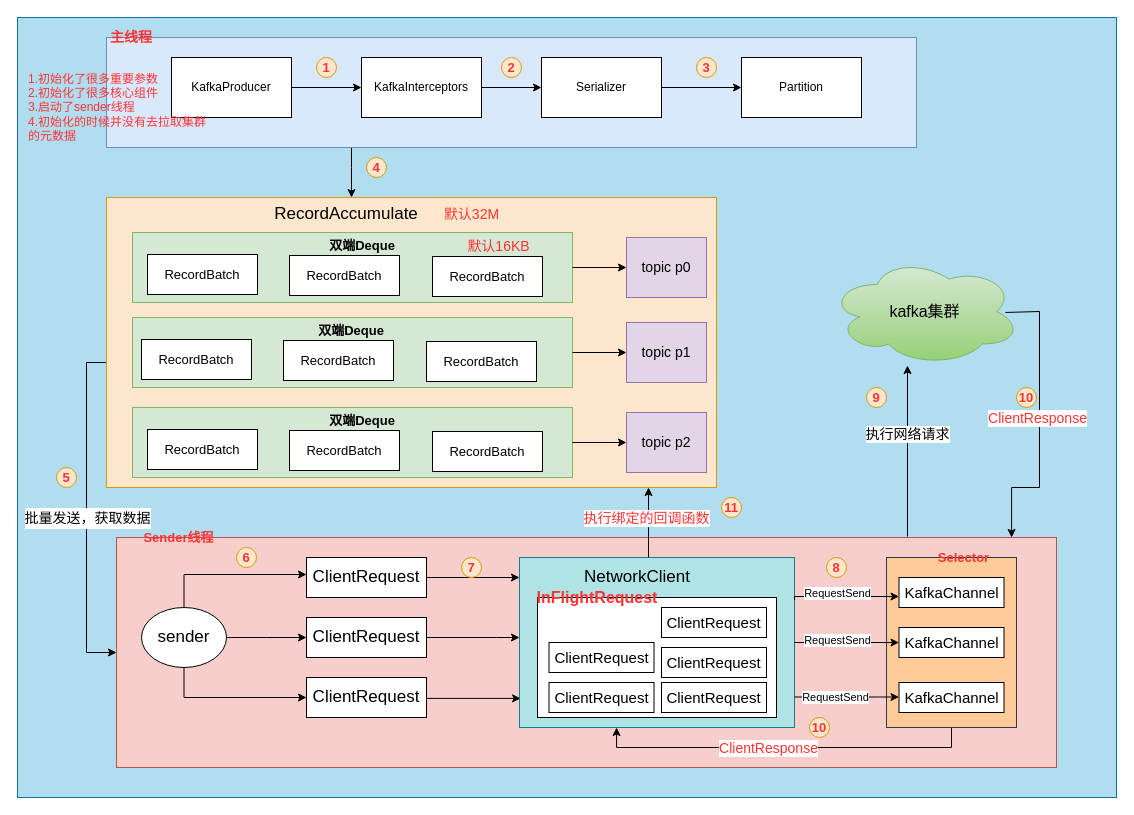
Above: kafka生产者核心流程.drawio in zaz5630/CRM (draw.io), before the change. Source tidied: cells renumbered, new cells numbered last; positions are measured from the earlier drawing's top-left corner, leaving out a move shared by most shapes. Both pictures are drawn from the tidied source at 100%, with x=0, y=0 at pixel (17, 17).
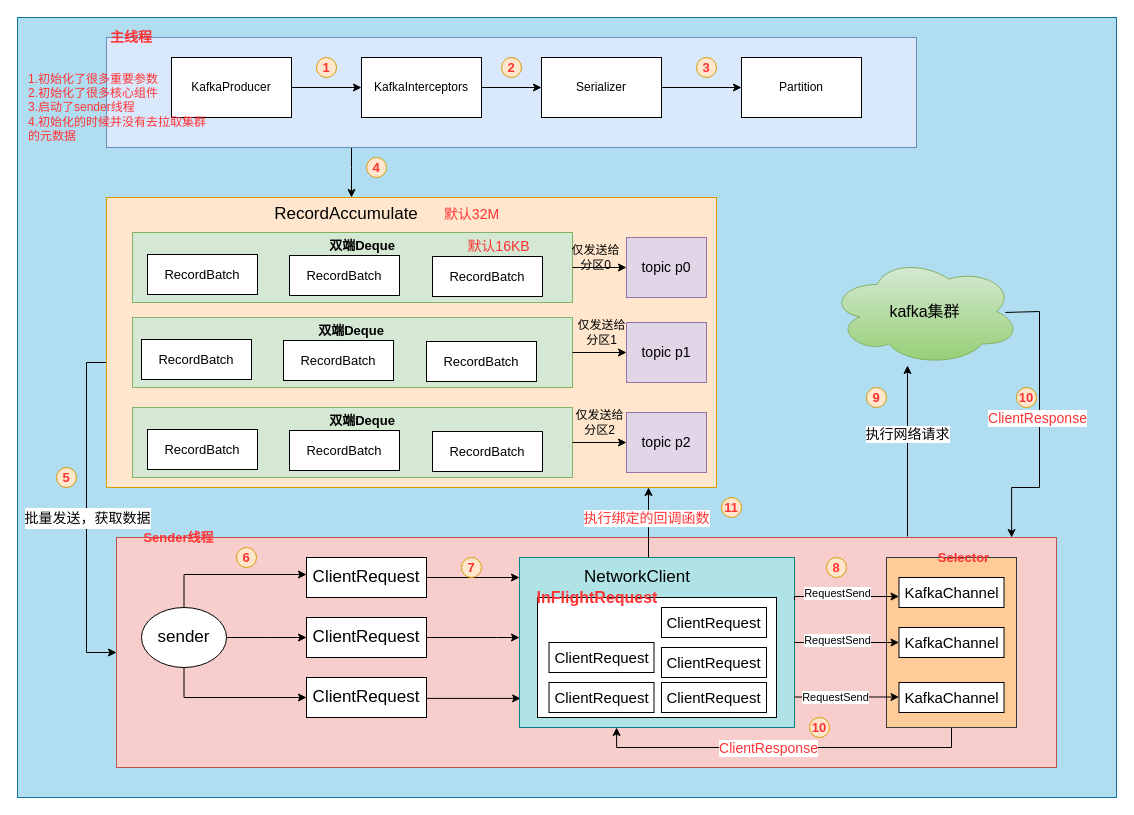
The same diagram, later.

Commit message:
更新kafka生产者核心流程.drawio

The edit, as a diff of the source:
```diff
@@
     <mxCell id="18" style="group;" parent="1" vertex="1">
-      <mxGeometry x="115" y="215" width="449" height="70" as="geometry" />
+      <mxGeometry x="115" y="215" width="500" height="70" as="geometry" />
     </mxCell>
@@
+    <mxCell id="97" value="仅发送给分区0" style="text;html=1;strokeColor=none;fillColor=none;align=center;verticalAlign=middle;whiteSpace=wrap;rounded=0;" parent="18" vertex="1">
+      <mxGeometry x="436" y="15" width="55" height="20" as="geometry" />
+    </mxCell>
@@
+    <mxCell id="98" value="仅发送给分区1" style="text;html=1;strokeColor=none;fillColor=none;align=center;verticalAlign=middle;whiteSpace=wrap;rounded=0;" parent="1" vertex="1">
+      <mxGeometry x="556.5" y="305" width="55" height="20" as="geometry" />
+    </mxCell>
+    <mxCell id="99" value="仅发送给分区2" style="text;html=1;strokeColor=none;fillColor=none;align=center;verticalAlign=middle;whiteSpace=wrap;rounded=0;" parent="1" vertex="1">
+      <mxGeometry x="555" y="395" width="55" height="20" as="geometry" />
+    </mxCell>
```
